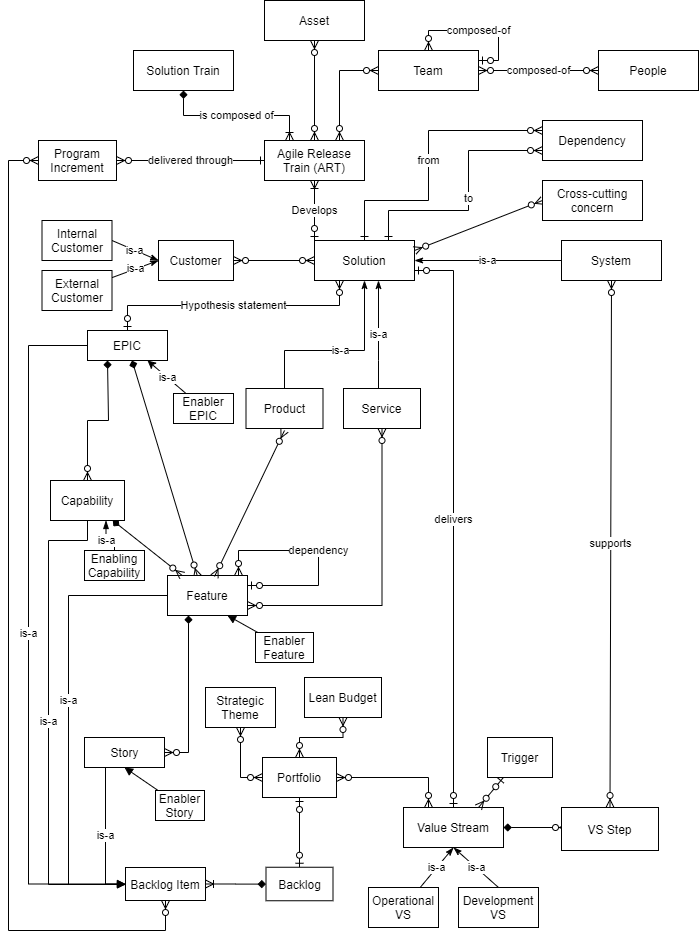
Above: meta-model/images/SAFe Meta Model - draft.png in michelin/Continuous-Architecture-Toolkit (draw.io), before the change. Source tidied: cells renumbered, new cells last; positions are measured from the earlier drawing's top-left corner, leaving out a move shared by most shapes.
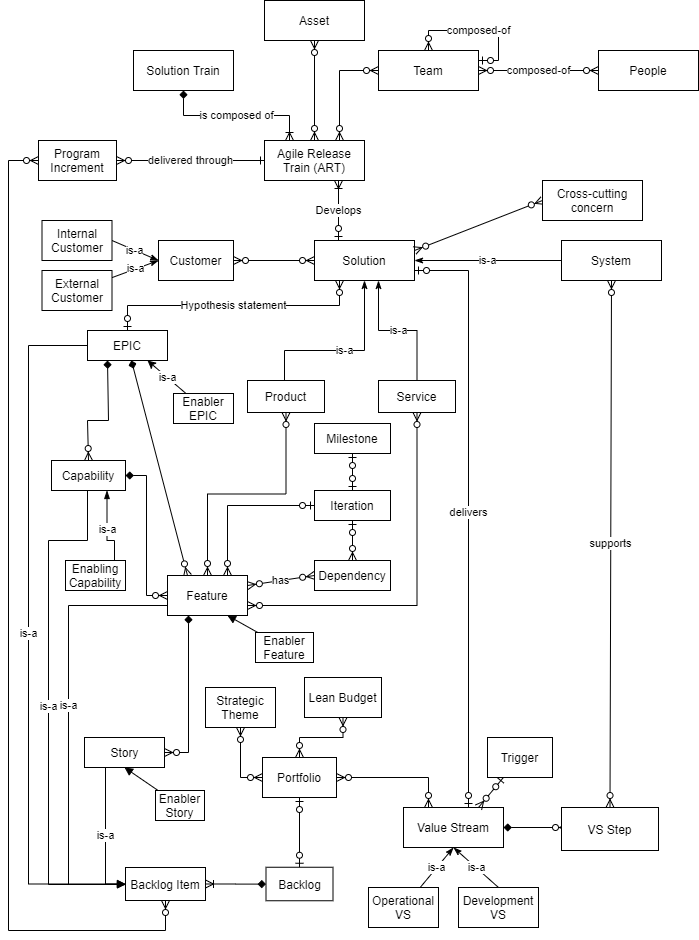
Above is the later version.

Commit message:
updated SAFe meta model

The edit, as a diff of the source:
```diff
@@ -46,10 +46,12 @@
     <mxCell id="15" value="Trigger" style="whiteSpace=wrap;html=1;align=center;" parent="1" vertex="1">
       <mxGeometry x="479" y="737" width="65" height="40" as="geometry" />
     </mxCell>
-    <mxCell id="16" value="delivers" style="rounded=0;jettySize=auto;html=1;entryX=0.5;entryY=0;entryDx=0;entryDy=0;endArrow=ERzeroToOne;endFill=1;startArrow=ERzeroToOne;startFill=1;edgeStyle=orthogonalEdgeStyle;" parent="1" edge="1" source="18" target="3">
+    <mxCell id="16" value="delivers" style="rounded=0;jettySize=auto;html=1;endArrow=ERzeroToOne;endFill=1;startArrow=ERzeroToOne;startFill=1;edgeStyle=orthogonalEdgeStyle;" parent="1" edge="1" source="18">
       <mxGeometry relative="1" as="geometry">
+        <mxPoint x="460" y="807" as="targetPoint" />
         <Array as="points">
-          <mxPoint x="445" y="270" />
+          <mxPoint x="460" y="270" />
+          <mxPoint x="460" y="807" />
         </Array>
       </mxGeometry>
     </mxCell>
@@ -60,19 +62,15 @@
       <mxGeometry x="306" y="240" width="100" height="40" as="geometry" />
     </mxCell>
     <mxCell id="19" value="Product" style="whiteSpace=wrap;html=1;align=center;" parent="1" vertex="1">
-      <mxGeometry x="237.5" y="388" width="77" height="40" as="geometry" />
+      <mxGeometry x="239" y="380" width="77" height="32" as="geometry" />
     </mxCell>
     <mxCell id="20" value="is-a" style="rounded=0;jettySize=auto;html=1;startArrow=none;startFill=0;endArrow=classicThin;endFill=1;edgeStyle=orthogonalEdgeStyle;" parent="1" edge="1" source="21">
       <mxGeometry relative="1" as="geometry">
         <mxPoint x="370" y="280" as="targetPoint" />
-        <Array as="points">
-          <mxPoint x="370" y="360" />
-          <mxPoint x="370" y="360" />
-        </Array>
       </mxGeometry>
     </mxCell>
     <mxCell id="21" value="Service" style="whiteSpace=wrap;html=1;align=center;" parent="1" vertex="1">
-      <mxGeometry x="335" y="388" width="77" height="40" as="geometry" />
+      <mxGeometry x="370" y="380" width="77" height="32" as="geometry" />
     </mxCell>
     <mxCell id="22" value="Customer" style="whiteSpace=wrap;html=1;align=center;" parent="1" vertex="1">
       <mxGeometry x="150" y="240" width="75" height="40" as="geometry" />
@@ -96,8 +94,13 @@
     <mxCell id="27" value="is-a" style="rounded=0;jettySize=auto;html=1;exitX=0;exitY=0.5;exitDx=0;exitDy=0;startArrow=none;startFill=0;endArrow=classicThin;endFill=1;entryX=1;entryY=0.5;entryDx=0;entryDy=0;" parent="1" edge="1" source="9" target="18">
       <mxGeometry relative="1" as="geometry" />
     </mxCell>
-    <mxCell id="28" value="Develops" style="edgeStyle=none;rounded=0;jettySize=auto;html=1;startArrow=ERoneToMany;startFill=0;endArrow=ERzeroToOne;endFill=1;entryX=0;entryY=0;entryDx=0;entryDy=0;" parent="1" edge="1" source="30" target="18">
-      <mxGeometry relative="1" as="geometry" />
+    <mxCell id="28" value="Develops" style="edgeStyle=orthogonalEdgeStyle;rounded=0;jettySize=auto;html=1;startArrow=ERoneToMany;startFill=0;endArrow=ERzeroToOne;endFill=1;" parent="1" edge="1" source="30">
+      <mxGeometry relative="1" as="geometry">
+        <mxPoint x="330" y="240" as="targetPoint" />
+        <Array as="points">
+          <mxPoint x="330" y="240" />
+        </Array>
+      </mxGeometry>
     </mxCell>
     <mxCell id="29" value="delivered through" style="edgeStyle=orthogonalEdgeStyle;rounded=0;jettySize=auto;html=1;startArrow=ERone;startFill=0;endArrow=ERzeroToMany;endFill=1;" parent="1" edge="1" source="30" target="72">
       <mxGeometry relative="1" as="geometry" />
@@ -117,27 +120,9 @@
     <mxCell id="34" value="Cross-cutting concern" style="whiteSpace=wrap;html=1;align=center;" parent="1" vertex="1">
       <mxGeometry x="534" y="180" width="100" height="40" as="geometry" />
     </mxCell>
-    <mxCell id="35" value="from" style="edgeStyle=orthogonalEdgeStyle;rounded=0;jettySize=auto;html=1;startArrow=ERzeroToMany;startFill=1;endArrow=ERone;endFill=0;exitX=0;exitY=0.25;exitDx=0;exitDy=0;entryX=0.5;entryY=0;entryDx=0;entryDy=0;" parent="1" edge="1" source="37" target="18">
-      <mxGeometry relative="1" as="geometry">
-        <Array as="points">
-          <mxPoint x="420" y="130" />
-          <mxPoint x="420" y="200" />
-          <mxPoint x="356" y="200" />
-        </Array>
-      </mxGeometry>
+    <mxCell id="35" value="has" style="rounded=0;jettySize=auto;html=1;startArrow=ERzeroToMany;startFill=1;endArrow=ERzeroToMany;endFill=1;exitX=0;exitY=0.5;exitDx=0;exitDy=0;entryX=1;entryY=0.25;entryDx=0;entryDy=0;" parent="1" edge="1" source="37" target="49">
+      <mxGeometry relative="1" as="geometry" />
     </mxCell>
-    <mxCell id="36" value="to" style="rounded=0;jettySize=auto;html=1;startArrow=ERzeroToMany;startFill=1;endArrow=ERone;endFill=0;edgeStyle=orthogonalEdgeStyle;exitX=0;exitY=0.75;exitDx=0;exitDy=0;" parent="1" edge="1" source="37" target="18">
-      <mxGeometry relative="1" as="geometry">
-        <Array as="points">
-          <mxPoint x="460" y="150" />
-          <mxPoint x="460" y="210" />
-          <mxPoint x="380" y="210" />
-        </Array>
-      </mxGeometry>
-    </mxCell>
-    <mxCell id="37" value="Dependency" style="whiteSpace=wrap;html=1;align=center;" parent="1" vertex="1">
-      <mxGeometry x="534" y="120" width="100" height="40" as="geometry" />
-    </mxCell>
     <mxCell id="38" style="edgeStyle=orthogonalEdgeStyle;rounded=0;jettySize=auto;html=1;entryX=0.5;entryY=0;entryDx=0;entryDy=0;startArrow=ERzeroToMany;startFill=1;endArrow=ERzeroToMany;endFill=1;" parent="1" edge="1" source="39" target="30">
       <mxGeometry relative="1" as="geometry" />
     </mxCell>
@@ -150,7 +135,7 @@
     <mxCell id="41" value="composed-of" style="edgeStyle=orthogonalEdgeStyle;rounded=0;orthogonalLoop=1;jettySize=auto;html=1;entryX=1;entryY=0.25;entryDx=0;entryDy=0;startArrow=ERzeroToMany;startFill=1;endArrow=ERzeroToOne;endFill=1;" parent="1" edge="1" source="40" target="40">
       <mxGeometry relative="1" as="geometry" />
     </mxCell>
-    <mxCell id="42" style="rounded=0;jettySize=auto;html=1;entryX=0.375;entryY=0.025;entryDx=0;entryDy=0;startArrow=diamond;startFill=1;endArrow=ERzeroToMany;endFill=1;entryPerimeter=0;" parent="1" edge="1" source="46" target="49">
+    <mxCell id="42" style="rounded=0;jettySize=auto;html=1;entryX=0.25;entryY=0;entryDx=0;entryDy=0;startArrow=diamond;startFill=1;endArrow=ERzeroToMany;endFill=1;" parent="1" edge="1" source="46" target="49">
       <mxGeometry relative="1" as="geometry" />
     </mxCell>
     <mxCell id="43" value="is-a" style="edgeStyle=orthogonalEdgeStyle;rounded=0;jettySize=auto;html=1;entryX=0;entryY=0.5;entryDx=0;entryDy=0;startArrow=none;startFill=0;endArrow=block;endFill=1;" parent="1" edge="1" source="46" target="68">
@@ -161,10 +146,10 @@
         </Array>
       </mxGeometry>
     </mxCell>
-    <mxCell id="44" value="is-a" style="rounded=0;jettySize=auto;html=1;startArrow=none;startFill=0;endArrow=block;endFill=1;exitX=0;exitY=0.5;exitDx=0;exitDy=0;edgeStyle=orthogonalEdgeStyle;" parent="1" edge="1" source="49" target="68">
+    <mxCell id="44" value="is-a" style="rounded=0;jettySize=auto;html=1;startArrow=none;startFill=0;endArrow=block;endFill=1;exitX=0;exitY=0.75;exitDx=0;exitDy=0;edgeStyle=orthogonalEdgeStyle;" parent="1" edge="1" source="49" target="68">
       <mxGeometry x="-0.08" relative="1" as="geometry">
         <Array as="points">
-          <mxPoint x="60" y="595" />
+          <mxPoint x="60" y="605" />
           <mxPoint x="60" y="884" />
         </Array>
       </mxGeometry>
@@ -194,10 +179,8 @@
     <mxCell id="49" value="Feature" style="whiteSpace=wrap;html=1;align=center;" parent="1" vertex="1">
       <mxGeometry x="159" y="575" width="80" height="40" as="geometry" />
     </mxCell>
-    <mxCell id="50" style="endArrow=ERzeroToMany;html=1;rounded=0;entryX=0.588;entryY=0.025;entryDx=0;entryDy=0;startArrow=ERzeroToMany;startFill=1;endFill=1;entryPerimeter=0;" parent="1" edge="1" target="49">
-      <mxGeometry relative="1" as="geometry">
-        <mxPoint x="276" y="430" as="sourcePoint" />
-      </mxGeometry>
+    <mxCell id="50" style="endArrow=ERzeroToMany;html=1;rounded=0;entryX=0.5;entryY=0;entryDx=0;entryDy=0;startArrow=ERzeroToMany;startFill=1;endFill=1;exitX=0.5;exitY=1;exitDx=0;exitDy=0;edgeStyle=orthogonalEdgeStyle;" parent="1" edge="1" source="19" target="49">
+      <mxGeometry relative="1" as="geometry" />
     </mxCell>
     <mxCell id="51" style="endArrow=ERzeroToMany;html=1;rounded=0;exitX=1;exitY=0.75;exitDx=0;exitDy=0;entryX=0.5;entryY=1;entryDx=0;entryDy=0;startArrow=ERzeroToMany;startFill=1;endFill=1;edgeStyle=orthogonalEdgeStyle;" parent="1" edge="1" source="49" target="21">
       <mxGeometry relative="1" as="geometry" />
@@ -279,7 +262,7 @@
     <mxCell id="72" value="Program Increment" style="whiteSpace=wrap;html=1;align=center;" parent="1" vertex="1">
       <mxGeometry x="30" y="140" width="78" height="40" as="geometry" />
     </mxCell>
-    <mxCell id="73" style="edgeStyle=none;rounded=0;jettySize=auto;html=1;startArrow=diamond;startFill=1;endArrow=ERzeroToMany;endFill=1;" parent="1" edge="1" source="75" target="49">
+    <mxCell id="73" style="rounded=0;jettySize=auto;html=1;startArrow=diamond;startFill=1;endArrow=ERzeroToMany;endFill=1;entryX=0;entryY=0.5;entryDx=0;entryDy=0;exitX=1;exitY=0.5;exitDx=0;exitDy=0;edgeStyle=orthogonalEdgeStyle;" parent="1" edge="1" source="75" target="49">
       <mxGeometry relative="1" as="geometry" />
     </mxCell>
     <mxCell id="74" value="is-a" style="edgeStyle=orthogonalEdgeStyle;rounded=0;jettySize=auto;html=1;startArrow=none;startFill=0;endArrow=blockThin;endFill=1;" parent="1" edge="1" source="75">
@@ -293,7 +276,7 @@
       </mxGeometry>
     </mxCell>
     <mxCell id="75" value="Capability" style="whiteSpace=wrap;html=1;align=center;" parent="1" vertex="1">
-      <mxGeometry x="42" y="480" width="74" height="40" as="geometry" />
+      <mxGeometry x="43" y="460" width="74" height="30" as="geometry" />
     </mxCell>
     <mxCell id="76" value="is-a" style="edgeStyle=orthogonalEdgeStyle;rounded=0;jettySize=auto;html=1;entryX=0.75;entryY=1;entryDx=0;entryDy=0;startArrow=none;startFill=0;endArrow=blockThin;endFill=1;" parent="1" edge="1" source="77" target="75">
       <mxGeometry relative="1" as="geometry">
@@ -304,16 +287,25 @@
       </mxGeometry>
     </mxCell>
     <mxCell id="77" value="Enabling Capability" style="whiteSpace=wrap;html=1;align=center;" parent="1" vertex="1">
-      <mxGeometry x="76" y="550" width="60" height="30" as="geometry" />
+      <mxGeometry x="57" y="560" width="60" height="30" as="geometry" />
     </mxCell>
-    <mxCell id="78" value="dependency" style="rounded=0;orthogonalLoop=1;jettySize=auto;html=1;edgeStyle=orthogonalEdgeStyle;exitX=1;exitY=0.25;exitDx=0;exitDy=0;endArrow=ERzeroToMany;endFill=1;startArrow=ERzeroToOne;startFill=1;" parent="1" edge="1" source="49" target="49">
-      <mxGeometry relative="1" as="geometry">
-        <Array as="points">
-          <mxPoint x="310" y="585" />
-          <mxPoint x="310" y="550" />
-          <mxPoint x="230" y="550" />
-        </Array>
-      </mxGeometry>
-    </mxCell>
+    <mxCell id="37" value="Dependency" style="whiteSpace=wrap;html=1;align=center;" parent="1" vertex="1">
+      <mxGeometry x="306" y="560" width="76" height="30" as="geometry" />
+    </mxCell>
+    <mxCell id="79" style="edgeStyle=orthogonalEdgeStyle;rounded=0;jettySize=auto;html=1;entryX=0.75;entryY=0;entryDx=0;entryDy=0;endArrow=ERzeroToMany;endFill=1;startArrow=ERzeroToOne;startFill=1;" parent="1" edge="1" source="81" target="49">
+      <mxGeometry relative="1" as="geometry" />
+    </mxCell>
+    <mxCell id="80" style="rounded=0;jettySize=auto;html=1;exitX=0.5;exitY=1;exitDx=0;exitDy=0;entryX=0.5;entryY=0;entryDx=0;entryDy=0;startArrow=ERzeroToOne;startFill=1;endArrow=ERzeroToMany;endFill=1;" parent="1" edge="1" source="81" target="37">
+      <mxGeometry relative="1" as="geometry" />
+    </mxCell>
+    <mxCell id="81" value="Iteration" style="whiteSpace=wrap;html=1;align=center;" parent="1" vertex="1">
+      <mxGeometry x="306" y="490" width="76" height="30" as="geometry" />
+    </mxCell>
+    <mxCell id="82" style="edgeStyle=none;rounded=0;jettySize=auto;html=1;entryX=0.5;entryY=0;entryDx=0;entryDy=0;startArrow=ERzeroToOne;startFill=1;endArrow=ERzeroToOne;endFill=1;" parent="1" edge="1" source="83" target="81">
+      <mxGeometry relative="1" as="geometry" />
+    </mxCell>
+    <mxCell id="83" value="Milestone" style="whiteSpace=wrap;html=1;align=center;" parent="1" vertex="1">
+      <mxGeometry x="306" y="423" width="76" height="30" as="geometry" />
+    </mxCell>
   </root>
 </mxGraphModel>
```
